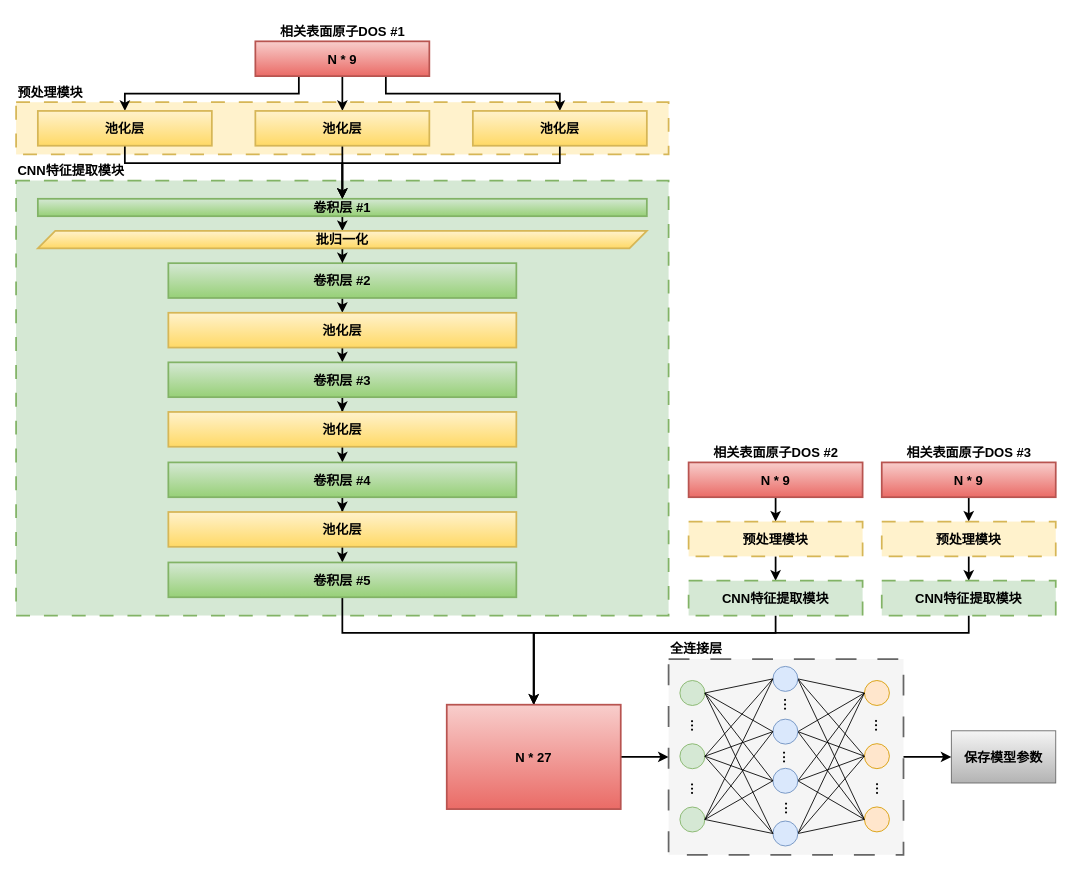
Before: DOS-CNN.drawio in 2896498573/Redgon, a draw.io diagram. Source tidied: cells renumbered, new cells numbered last; positions are measured from the earlier drawing's top-left corner, leaving out a move shared by most shapes. Both pictures are drawn from the tidied source at 87%, with x=0, y=0 at pixel (16, 15).
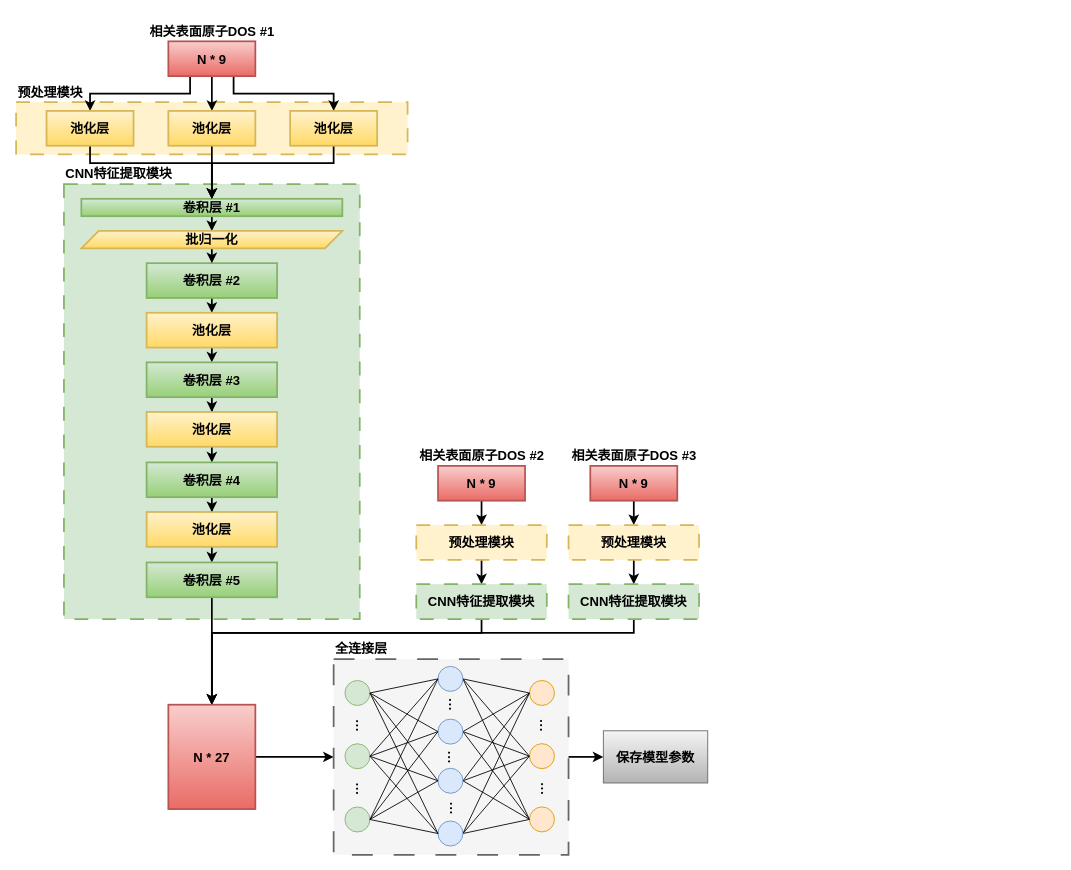
After the change.

The edit, as a diff of the source:
```diff
@@
     <mxCell id="2" style="rounded=0;whiteSpace=wrap;html=1;dashed=1;dashPattern=8 8;fontSize=15;glass=0;strokeWidth=2;fillColor=#fff2cc;strokeColor=#d6b656;labelBorderColor=none;fontStyle=1;" parent="1" vertex="1">
-      <mxGeometry y="100" width="750" height="60" as="geometry" />
+      <mxGeometry y="100" width="450" height="60" as="geometry" />
     </mxCell>
@@
     <mxCell id="6" value="&lt;font style=&quot;font-size: 15px;&quot;&gt;N * 9&lt;/font&gt;" style="rounded=0;whiteSpace=wrap;html=1;fontSize=15;strokeWidth=2;fillColor=#f8cecc;strokeColor=#b85450;gradientColor=#ea6b66;labelBorderColor=none;fontStyle=1;" parent="1" vertex="1">
-      <mxGeometry x="275" y="30" width="200" height="40" as="geometry" />
+      <mxGeometry x="175" y="30" width="100" height="40" as="geometry" />
     </mxCell>
     <mxCell id="7" style="rounded=0;whiteSpace=wrap;html=1;dashed=1;dashPattern=8 8;fontSize=15;glass=0;strokeWidth=2;fillColor=#d5e8d4;strokeColor=#82b366;labelBorderColor=none;fontStyle=1;" parent="1" vertex="1">
-      <mxGeometry y="190" width="750" height="500" as="geometry" />
+      <mxGeometry x="55" y="194" width="340" height="500" as="geometry" />
     </mxCell>
@@
     <mxCell id="9" value="卷积层 #1" style="rounded=0;whiteSpace=wrap;html=1;fontSize=15;strokeWidth=2;fillColor=#d5e8d4;strokeColor=#82b366;gradientColor=#97d077;labelBorderColor=none;fontStyle=1;" parent="1" vertex="1">
-      <mxGeometry x="25" y="211" width="700" height="20" as="geometry" />
+      <mxGeometry x="75" y="211" width="300" height="20" as="geometry" />
     </mxCell>
@@
     <mxCell id="11" value="卷积层 #2" style="rounded=0;whiteSpace=wrap;html=1;fontSize=15;strokeWidth=2;fillColor=#d5e8d4;strokeColor=#82b366;gradientColor=#97d077;labelBorderColor=none;fontStyle=1;" parent="1" vertex="1">
-      <mxGeometry x="175" y="285" width="400" height="40" as="geometry" />
+      <mxGeometry x="150" y="285" width="150" height="40" as="geometry" />
     </mxCell>
@@
     <mxCell id="13" value="池化层" style="rounded=0;whiteSpace=wrap;html=1;fontSize=15;strokeWidth=2;fillColor=#fff2cc;strokeColor=#d6b656;gradientColor=#ffd966;labelBorderColor=none;fontStyle=1;" parent="1" vertex="1">
-      <mxGeometry x="175" y="342" width="400" height="40" as="geometry" />
+      <mxGeometry x="150" y="342" width="150" height="40" as="geometry" />
     </mxCell>
@@
     <mxCell id="15" value="批归一化" style="shape=parallelogram;perimeter=parallelogramPerimeter;whiteSpace=wrap;html=1;fixedSize=1;fontSize=15;strokeWidth=2;fillColor=#fff2cc;strokeColor=#d6b656;gradientColor=#ffd966;labelBorderColor=none;fontStyle=1;" parent="1" vertex="1">
-      <mxGeometry x="25" y="248" width="700" height="20" as="geometry" />
+      <mxGeometry x="75" y="248" width="300" height="20" as="geometry" />
     </mxCell>
-    <mxCell id="16" style="edgeStyle=orthogonalEdgeStyle;rounded=0;jettySize=auto;html=1;exitX=0.5;exitY=1;exitDx=0;exitDy=0;fontSize=15;strokeWidth=2;labelBorderColor=none;fontStyle=1;" parent="1" edge="1" source="17" target="9">
+    <mxCell id="16" style="edgeStyle=orthogonalEdgeStyle;rounded=0;jettySize=auto;html=1;exitX=0.5;exitY=1;exitDx=0;exitDy=0;entryX=0.5;entryY=0;entryDx=0;entryDy=0;strokeWidth=2;" parent="1" edge="1" source="17" target="9">
       <mxGeometry relative="1" as="geometry">
         <Array as="points">
-          <mxPoint x="125" y="170" />
-          <mxPoint x="375" y="170" />
+          <mxPoint x="85" y="170" />
+          <mxPoint x="225" y="170" />
         </Array>
       </mxGeometry>
     </mxCell>
     <mxCell id="17" value="池化层" style="rounded=0;whiteSpace=wrap;html=1;fontSize=15;strokeWidth=2;fillColor=#fff2cc;strokeColor=#d6b656;gradientColor=#ffd966;labelBorderColor=none;fontStyle=1;" parent="1" vertex="1">
-      <mxGeometry x="25" y="110" width="200" height="40" as="geometry" />
+      <mxGeometry x="35" y="110" width="100" height="40" as="geometry" />
     </mxCell>
-    <mxCell id="18" style="edgeStyle=orthogonalEdgeStyle;rounded=0;jettySize=auto;html=1;exitX=0.5;exitY=1;exitDx=0;exitDy=0;entryX=0.5;entryY=0;entryDx=0;entryDy=0;fontSize=15;strokeWidth=2;labelBorderColor=none;fontStyle=1;" parent="1" edge="1" source="19" target="9">
+    <mxCell id="18" style="edgeStyle=orthogonalEdgeStyle;rounded=0;jettySize=auto;html=1;exitX=0.5;exitY=1;exitDx=0;exitDy=0;entryX=0.5;entryY=0;entryDx=0;entryDy=0;strokeWidth=2;" parent="1" edge="1" source="19" target="9">
       <mxGeometry relative="1" as="geometry">
         <Array as="points">
-          <mxPoint x="625" y="170" />
-          <mxPoint x="375" y="170" />
+          <mxPoint x="365" y="170" />
+          <mxPoint x="225" y="170" />
         </Array>
       </mxGeometry>
     </mxCell>
     <mxCell id="19" value="池化层" style="rounded=0;whiteSpace=wrap;html=1;fontSize=15;strokeWidth=2;fillColor=#fff2cc;strokeColor=#d6b656;gradientColor=#ffd966;labelBorderColor=none;fontStyle=1;" parent="1" vertex="1">
-      <mxGeometry x="525" y="110" width="200" height="40" as="geometry" />
+      <mxGeometry x="315" y="110" width="100" height="40" as="geometry" />
     </mxCell>
@@
     <mxCell id="21" value="池化层" style="rounded=0;whiteSpace=wrap;html=1;fontSize=15;strokeWidth=2;fillColor=#fff2cc;strokeColor=#d6b656;gradientColor=#ffd966;labelBorderColor=none;fontStyle=1;" parent="1" vertex="1">
-      <mxGeometry x="275" y="110" width="200" height="40" as="geometry" />
+      <mxGeometry x="175" y="110" width="100" height="40" as="geometry" />
     </mxCell>
@@
     <mxCell id="23" value="卷积层 #3" style="rounded=0;whiteSpace=wrap;html=1;fontSize=15;strokeWidth=2;fillColor=#d5e8d4;strokeColor=#82b366;gradientColor=#97d077;labelBorderColor=none;fontStyle=1;" parent="1" vertex="1">
-      <mxGeometry x="175" y="399" width="400" height="40" as="geometry" />
+      <mxGeometry x="150" y="399" width="150" height="40" as="geometry" />
     </mxCell>
@@
     <mxCell id="25" value="池化层" style="rounded=0;whiteSpace=wrap;html=1;fontSize=15;strokeWidth=2;fillColor=#fff2cc;strokeColor=#d6b656;gradientColor=#ffd966;labelBorderColor=none;fontStyle=1;" parent="1" vertex="1">
-      <mxGeometry x="175" y="456" width="400" height="40" as="geometry" />
+      <mxGeometry x="150" y="456" width="150" height="40" as="geometry" />
     </mxCell>
@@
     <mxCell id="27" value="卷积层 #4" style="rounded=0;whiteSpace=wrap;html=1;fontSize=15;strokeWidth=2;fillColor=#d5e8d4;strokeColor=#82b366;gradientColor=#97d077;labelBorderColor=none;fontStyle=1;" parent="1" vertex="1">
-      <mxGeometry x="175" y="514" width="400" height="40" as="geometry" />
+      <mxGeometry x="150" y="514" width="150" height="40" as="geometry" />
     </mxCell>
     <mxCell id="28" value="CNN特征提取模块" style="text;html=1;align=left;verticalAlign=bottom;strokeColor=none;fillColor=none;fontSize=15;strokeWidth=2;labelBorderColor=none;fontStyle=1;" parent="1" vertex="1">
-      <mxGeometry y="160" width="150" height="30" as="geometry" />
+      <mxGeometry x="55" y="164" width="150" height="30" as="geometry" />
     </mxCell>
@@
     <mxCell id="30" value="池化层" style="rounded=0;whiteSpace=wrap;html=1;fontSize=15;strokeWidth=2;fillColor=#fff2cc;strokeColor=#d6b656;gradientColor=#ffd966;labelBorderColor=none;fontStyle=1;" parent="1" vertex="1">
-      <mxGeometry x="175" y="571" width="400" height="40" as="geometry" />
+      <mxGeometry x="150" y="571" width="150" height="40" as="geometry" />
     </mxCell>
-    <mxCell id="31" style="edgeStyle=orthogonalEdgeStyle;rounded=0;jettySize=auto;html=1;exitX=0.5;exitY=1;exitDx=0;exitDy=0;strokeWidth=2;labelBorderColor=none;fontSize=15;fontStyle=1;" parent="1" edge="1" source="32" target="50">
-      <mxGeometry relative="1" as="geometry">
-        <Array as="points">
-          <mxPoint x="375" y="710" />
-          <mxPoint x="595" y="710" />
-        </Array>
-      </mxGeometry>
+    <mxCell id="31" style="edgeStyle=orthogonalEdgeStyle;rounded=0;jettySize=auto;html=1;exitX=0.5;exitY=1;exitDx=0;exitDy=0;entryX=0.5;entryY=0;entryDx=0;entryDy=0;strokeWidth=2;" parent="1" edge="1" source="32" target="50">
+      <mxGeometry relative="1" as="geometry" />
     </mxCell>
     <mxCell id="32" value="卷积层 #5" style="rounded=0;whiteSpace=wrap;html=1;fontSize=15;strokeWidth=2;fillColor=#d5e8d4;strokeColor=#82b366;gradientColor=#97d077;labelBorderColor=none;fontStyle=1;" parent="1" vertex="1">
-      <mxGeometry x="175" y="629" width="400" height="40" as="geometry" />
+      <mxGeometry x="150" y="629" width="150" height="40" as="geometry" />
     </mxCell>
@@
     <mxCell id="35" value="&lt;font style=&quot;font-size: 15px;&quot;&gt;N * 9&lt;/font&gt;" style="rounded=0;whiteSpace=wrap;html=1;fontSize=15;strokeWidth=2;fillColor=#f8cecc;strokeColor=#b85450;gradientColor=#ea6b66;labelBorderColor=none;fontStyle=1;" parent="1" vertex="1">
-      <mxGeometry x="773" y="514" width="200" height="40" as="geometry" />
+      <mxGeometry x="485" y="518" width="100" height="40" as="geometry" />
     </mxCell>
@@
     <mxCell id="37" value="预处理模块" style="rounded=0;whiteSpace=wrap;html=1;dashed=1;dashPattern=8 8;fontSize=15;glass=0;strokeWidth=2;fillColor=#fff2cc;strokeColor=#d6b656;labelBorderColor=none;fontStyle=1;" parent="1" vertex="1">
-      <mxGeometry x="773" y="582" width="200" height="40" as="geometry" />
+      <mxGeometry x="460" y="586" width="150" height="40" as="geometry" />
     </mxCell>
-    <mxCell id="38" style="edgeStyle=orthogonalEdgeStyle;rounded=0;jettySize=auto;html=1;exitX=0.5;exitY=1;exitDx=0;exitDy=0;entryX=0.5;entryY=0.167;entryDx=0;entryDy=0;entryPerimeter=0;strokeWidth=2;labelBorderColor=none;fontSize=15;fontStyle=1;" parent="1" edge="1" source="39" target="50">
+    <mxCell id="38" style="edgeStyle=orthogonalEdgeStyle;rounded=0;jettySize=auto;html=1;exitX=0.5;exitY=1;exitDx=0;exitDy=0;entryX=0.5;entryY=0;entryDx=0;entryDy=0;strokeWidth=2;" parent="1" edge="1" source="39" target="50">
       <mxGeometry relative="1" as="geometry">
         <Array as="points">
-          <mxPoint x="873" y="710" />
-          <mxPoint x="595" y="710" />
+          <mxPoint x="535" y="710" />
+          <mxPoint x="225" y="710" />
         </Array>
       </mxGeometry>
     </mxCell>
     <mxCell id="39" value="CNN特征提取模块" style="rounded=0;whiteSpace=wrap;html=1;dashed=1;dashPattern=8 8;fontSize=15;glass=0;strokeWidth=2;fillColor=#d5e8d4;strokeColor=#82b366;labelBorderColor=none;fontStyle=1;" parent="1" vertex="1">
-      <mxGeometry x="773" y="650" width="200" height="40" as="geometry" />
+      <mxGeometry x="460" y="654" width="150" height="40" as="geometry" />
     </mxCell>
@@
     <mxCell id="41" value="&lt;font style=&quot;font-size: 15px;&quot;&gt;N * 9&lt;/font&gt;" style="rounded=0;whiteSpace=wrap;html=1;fontSize=15;strokeWidth=2;fillColor=#f8cecc;strokeColor=#b85450;gradientColor=#ea6b66;labelBorderColor=none;fontStyle=1;" parent="1" vertex="1">
-      <mxGeometry x="995" y="514" width="200" height="40" as="geometry" />
+      <mxGeometry x="660" y="518" width="100" height="40" as="geometry" />
     </mxCell>
@@
     <mxCell id="43" value="预处理模块" style="rounded=0;whiteSpace=wrap;html=1;dashed=1;dashPattern=8 8;fontSize=15;glass=0;strokeWidth=2;fillColor=#fff2cc;strokeColor=#d6b656;labelBorderColor=none;fontStyle=1;" parent="1" vertex="1">
-      <mxGeometry x="995" y="582" width="200" height="40" as="geometry" />
+      <mxGeometry x="635" y="586" width="150" height="40" as="geometry" />
     </mxCell>
-    <mxCell id="44" style="edgeStyle=orthogonalEdgeStyle;rounded=0;jettySize=auto;html=1;exitX=0.5;exitY=1;exitDx=0;exitDy=0;strokeWidth=2;labelBorderColor=none;fontSize=15;fontStyle=1;" parent="1" edge="1" source="45" target="50">
+    <mxCell id="44" style="edgeStyle=orthogonalEdgeStyle;rounded=0;jettySize=auto;html=1;exitX=0.5;exitY=1;exitDx=0;exitDy=0;entryX=0.5;entryY=0;entryDx=0;entryDy=0;strokeWidth=2;" parent="1" edge="1" source="45" target="50">
       <mxGeometry relative="1" as="geometry">
         <Array as="points">
-          <mxPoint x="1095" y="710" />
-          <mxPoint x="595" y="710" />
+          <mxPoint x="710" y="710" />
+          <mxPoint x="225" y="710" />
         </Array>
       </mxGeometry>
     </mxCell>
     <mxCell id="45" value="CNN特征提取模块" style="rounded=0;whiteSpace=wrap;html=1;dashed=1;dashPattern=8 8;fontSize=15;glass=0;strokeWidth=2;fillColor=#d5e8d4;strokeColor=#82b366;labelBorderColor=none;fontStyle=1;" parent="1" vertex="1">
-      <mxGeometry x="995" y="650" width="200" height="40" as="geometry" />
+      <mxGeometry x="635" y="654" width="150" height="40" as="geometry" />
     </mxCell>
     <mxCell id="46" value="相关表面原子DOS #1" style="text;html=1;align=center;verticalAlign=bottom;strokeColor=none;fillColor=none;fontSize=15;strokeWidth=2;labelBorderColor=none;fontStyle=1;" parent="1" vertex="1">
-      <mxGeometry x="290" width="170" height="30" as="geometry" />
+      <mxGeometry x="140" width="170" height="30" as="geometry" />
     </mxCell>
     <mxCell id="47" value="相关表面原子DOS #2" style="text;html=1;align=center;verticalAlign=bottom;strokeColor=none;fillColor=none;fontSize=15;strokeWidth=2;labelBorderColor=none;fontStyle=1;" parent="1" vertex="1">
-      <mxGeometry x="788" y="484" width="170" height="30" as="geometry" />
+      <mxGeometry x="450" y="488" width="170" height="30" as="geometry" />
     </mxCell>
     <mxCell id="48" value="相关表面原子DOS #3" style="text;html=1;align=center;verticalAlign=bottom;strokeColor=none;fillColor=none;fontSize=15;strokeWidth=2;labelBorderColor=none;fontStyle=1;" parent="1" vertex="1">
-      <mxGeometry x="1010" y="484" width="170" height="30" as="geometry" />
+      <mxGeometry x="625" y="488" width="170" height="30" as="geometry" />
     </mxCell>
@@
     <mxCell id="50" value="&lt;font style=&quot;font-size: 15px;&quot;&gt;N * 27&lt;/font&gt;" style="rounded=0;whiteSpace=wrap;html=1;fontSize=15;strokeWidth=2;fillColor=#f8cecc;strokeColor=#b85450;gradientColor=#ea6b66;labelBorderColor=none;fontStyle=1;" parent="1" vertex="1">
-      <mxGeometry x="495" y="792.5" width="200" height="120" as="geometry" />
+      <mxGeometry x="175" y="792.5" width="100" height="120" as="geometry" />
     </mxCell>
     <mxCell id="51" style="group;labelBorderColor=none;fontSize=15;fontStyle=1;" parent="1" vertex="1">
-      <mxGeometry x="750" y="710" width="270" height="255" as="geometry" />
+      <mxGeometry x="365" y="710" width="270" height="255" as="geometry" />
     </mxCell>
@@
     <mxCell id="97" value="&lt;font style=&quot;font-size: 15px;&quot;&gt;保存模型参数&lt;/font&gt;" style="rounded=0;whiteSpace=wrap;html=1;fillColor=#f5f5f5;gradientColor=#b3b3b3;strokeColor=#666666;labelBorderColor=none;fontSize=15;fontStyle=1;" parent="1" vertex="1">
-      <mxGeometry x="1075" y="822.5" width="120" height="60" as="geometry" />
+      <mxGeometry x="675" y="822.5" width="120" height="60" as="geometry" />
     </mxCell>
```
